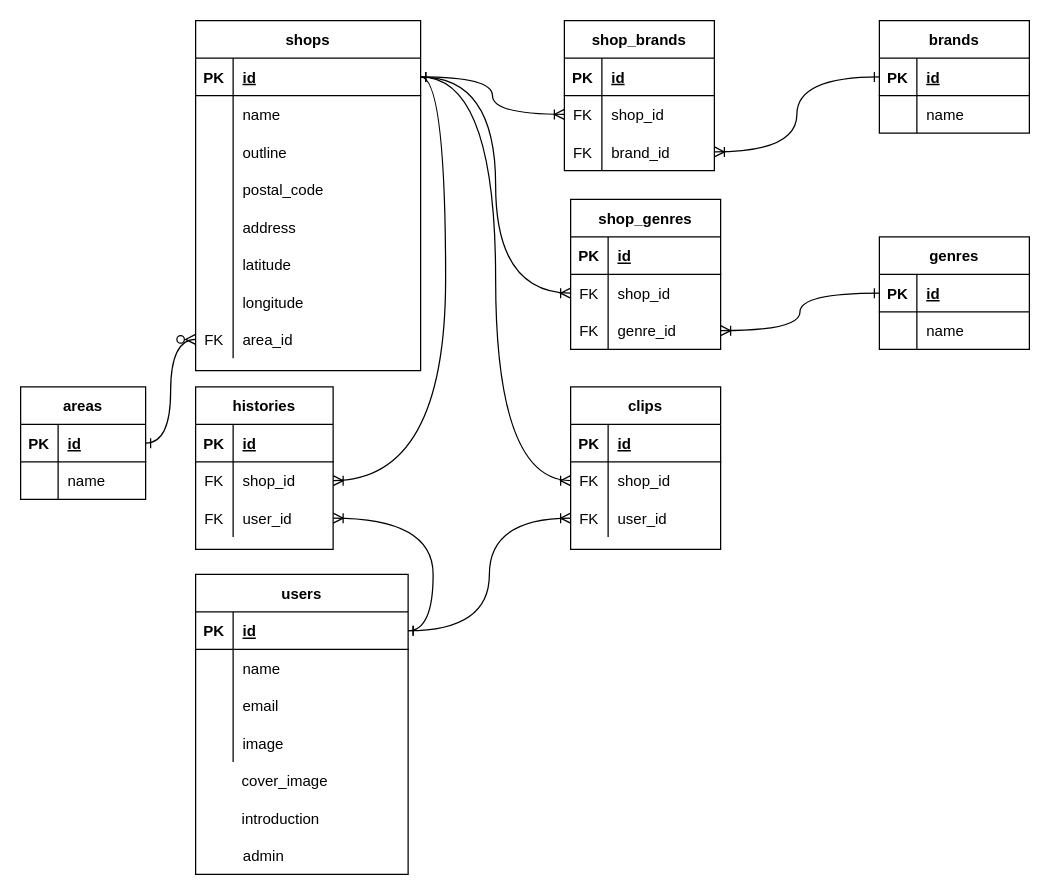
Earlier version of the draw.io diagram supogym.dio (smileyuichi/find_gym_app). Source tidied: cells renumbered, new cells numbered last; positions are measured from the earlier drawing's top-left corner, leaving out a move shared by most shapes. Both pictures are drawn from the tidied source at 125%, with x=0, y=0 at pixel (20, -5).
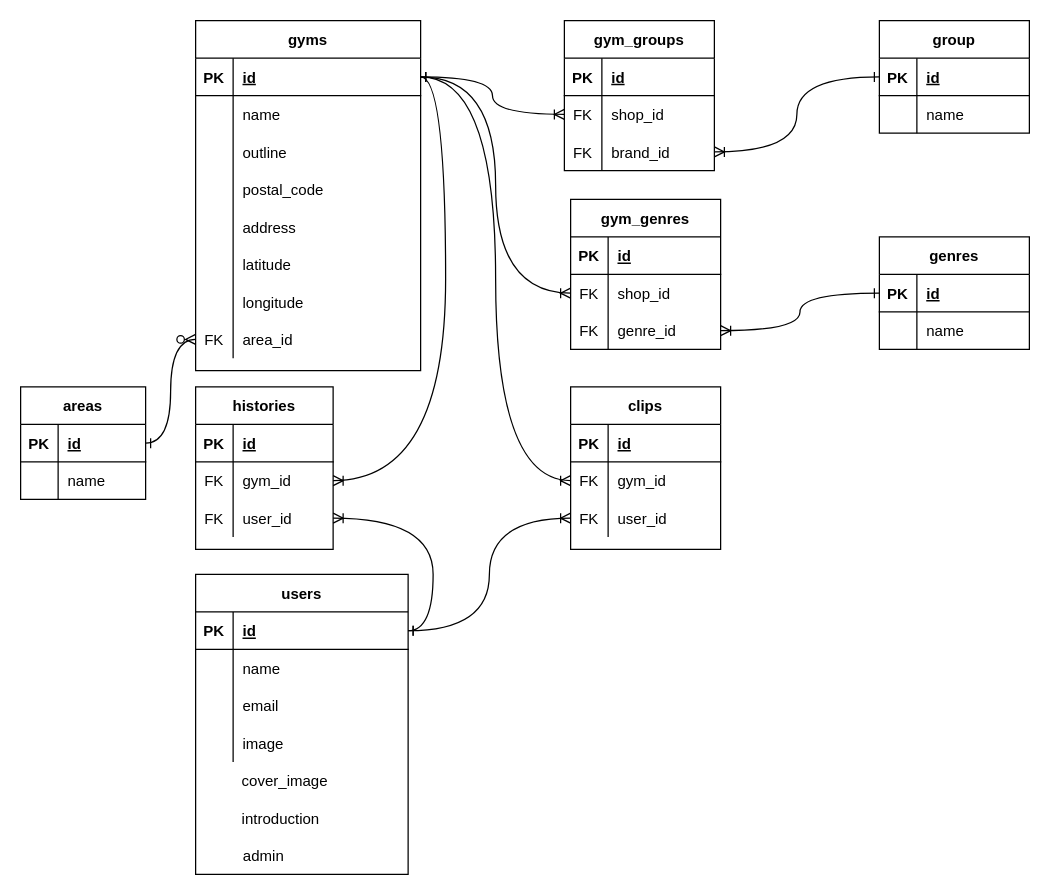
The same diagram, later.

The change refers to these unchanged cells:
```xml
<mxCell id="23" style="shape=partialRectangle;fillColor=none;top=0;left=0;bottom=0;right=0;points=[[0,0.5],[1,0.5]];portConstraint=eastwest;" parent="19" vertex="1">
  <mxGeometry y="60" width="110" height="30" as="geometry" />
</mxCell>
<mxCell id="33" style="shape=partialRectangle;fillColor=none;top=0;left=0;bottom=0;right=0;points=[[0,0.5],[1,0.5]];portConstraint=eastwest;" parent="29" vertex="1">
  <mxGeometry y="60" width="120" height="30" as="geometry" />
</mxCell>
<mxCell id="41" style="group;" parent="1" vertex="1">
  <mxGeometry x="140" y="20" width="180" height="280" as="geometry" />
</mxCell>
<mxCell id="92" style="group;" parent="1" vertex="1">
  <mxGeometry x="435" width="372" height="320" as="geometry" />
</mxCell>
```

The edit, as a diff of the source:
```diff
@@
-    <mxCell id="25" value="shop_id" style="shape=partialRectangle;fillColor=none;top=0;left=0;bottom=0;right=0;align=left;spacingLeft=6;overflow=hidden;" parent="23" vertex="1">
+    <mxCell id="25" value="gym_id" style="shape=partialRectangle;fillColor=none;top=0;left=0;bottom=0;right=0;align=left;spacingLeft=6;overflow=hidden;" parent="23" vertex="1">
       <mxGeometry x="30" width="80" height="30" as="geometry" />
     </mxCell>
@@
-    <mxCell id="35" value="shop_id" style="shape=partialRectangle;fillColor=none;top=0;left=0;bottom=0;right=0;align=left;spacingLeft=6;overflow=hidden;" parent="33" vertex="1">
+    <mxCell id="35" value="gym_id" style="shape=partialRectangle;fillColor=none;top=0;left=0;bottom=0;right=0;align=left;spacingLeft=6;overflow=hidden;" parent="33" vertex="1">
       <mxGeometry x="30" width="90" height="30" as="geometry" />
     </mxCell>
@@
-    <mxCell id="42" value="shops" style="shape=table;startSize=30;childLayout=tableLayout;rowLines=0;fontStyle=1;align=center;" parent="41" vertex="1">
+    <mxCell id="42" value="gyms" style="shape=table;startSize=30;childLayout=tableLayout;rowLines=0;fontStyle=1;align=center;" parent="41" vertex="1">
       <mxGeometry width="180" height="280" as="geometry" />
     </mxCell>
@@
-    <mxCell id="93" value="shop_brands" style="shape=table;startSize=30;childLayout=tableLayout;rowLines=0;fontStyle=1;align=center;" parent="92" vertex="1">
+    <mxCell id="93" value="gym_groups" style="shape=table;startSize=30;childLayout=tableLayout;rowLines=0;fontStyle=1;align=center;" parent="92" vertex="1">
       <mxGeometry y="20" width="120" height="120" as="geometry" />
     </mxCell>
@@
-    <mxCell id="103" value="brands" style="shape=table;startSize=30;childLayout=tableLayout;rowLines=0;fontStyle=1;align=center;" parent="92" vertex="1">
+    <mxCell id="103" value="group" style="shape=table;startSize=30;childLayout=tableLayout;rowLines=0;fontStyle=1;align=center;" parent="92" vertex="1">
       <mxGeometry x="252" y="20" width="120" height="90" as="geometry" />
     </mxCell>
@@
-    <mxCell id="111" value="shop_genres" style="shape=table;startSize=30;childLayout=tableLayout;rowLines=0;fontStyle=1;align=center;" parent="1" vertex="1">
+    <mxCell id="111" value="gym_genres" style="shape=table;startSize=30;childLayout=tableLayout;rowLines=0;fontStyle=1;align=center;" parent="1" vertex="1">
       <mxGeometry x="440" y="163" width="120" height="120" as="geometry" />
     </mxCell>
```
